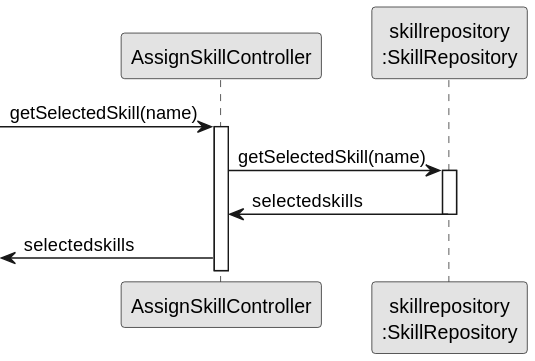
Earlier version of the PlantUML export docs/sprint2/us004/03.design/svg/us004-sequence-diagram-partial-get-selected-skills.svg (tiagosoa/lei-24-s2-1dgh-g073). Its diagram source:
```plantuml
@startuml
skinparam monochrome true
skinparam packageStyle rectangle
skinparam shadowing false

participant "AssignSkillController" as CTRL
participant "skillrepository\n:SkillRepository" as SR

        -> CTRL : getSelectedSkill(name)
        activate CTRL

        CTRL -> SR : getSelectedSkill(name)
        activate SR

        SR -> CTRL : selectedskills
        deactivate SR

        <- CTRL : selectedskills
        deactivate SR
@enduml
```
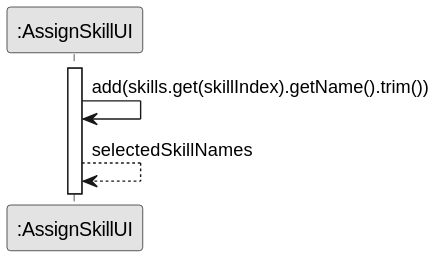
The same diagram one commit later.

Change to the diagram source:
```diff
@@ -3,18 +3,9 @@
 skinparam packageStyle rectangle
 skinparam shadowing false
 
-participant "AssignSkillController" as CTRL
-participant "skillrepository\n:SkillRepository" as SR
+participant ":AssignSkillUI" as UI
+          activate UI
+ UI -> UI: add(skills.get(skillIndex).getName().trim())
 
-        -> CTRL : getSelectedSkill(name)
-        activate CTRL
-
-        CTRL -> SR : getSelectedSkill(name)
-        activate SR
-
-        SR -> CTRL : selectedskills
-        deactivate SR
-
-        <- CTRL : selectedskills
-        deactivate SR
+        UI --> UI: selectedSkillNames
 @enduml
```
